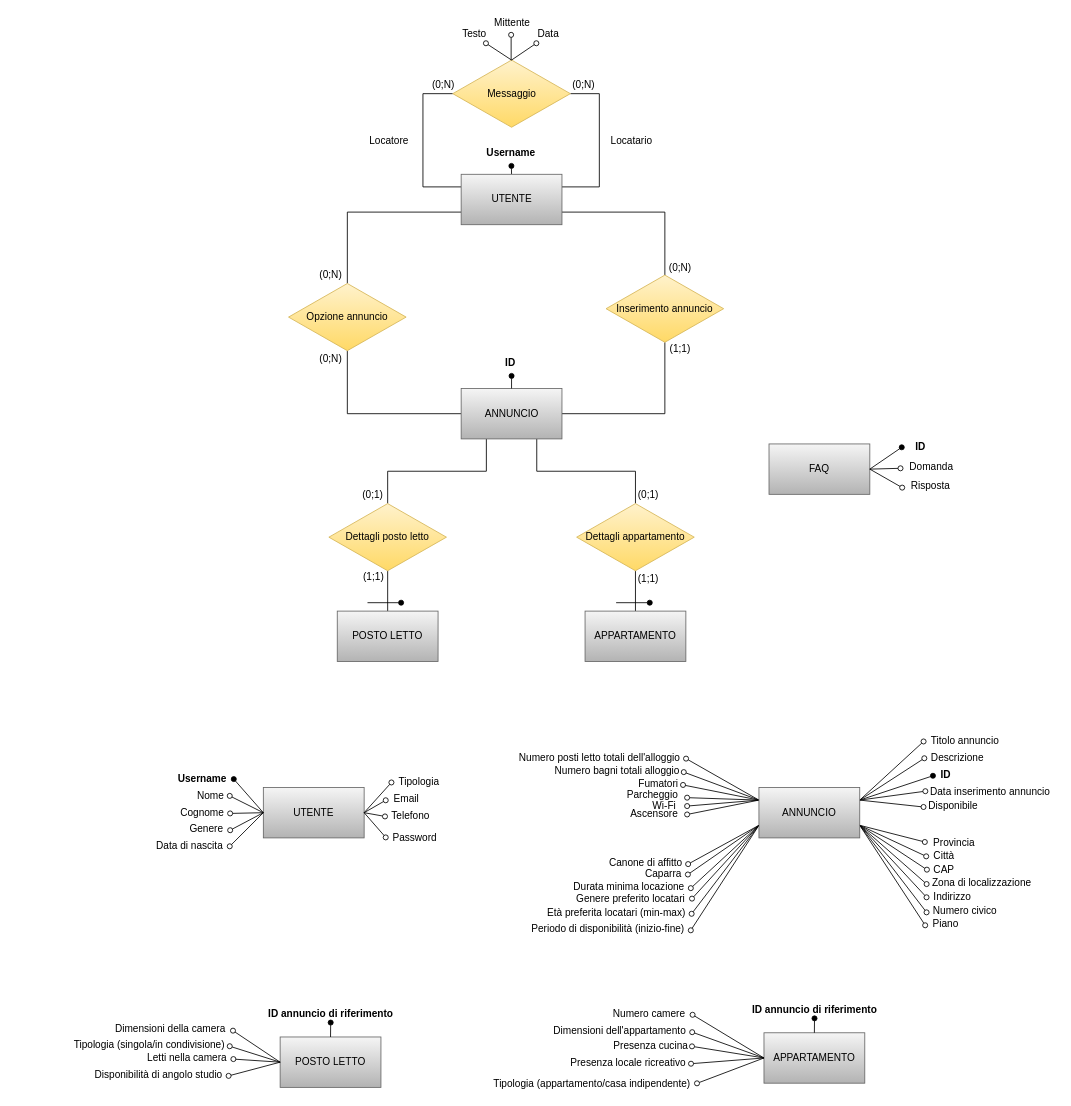
Before: Database/Schema_ER_database.drawio in fd-col/RentAdvisor, a draw.io diagram. Source tidied: cells renumbered, new cells numbered last; positions are measured from the earlier drawing's top-left corner, leaving out a move shared by most shapes. Both pictures are drawn from the tidied source at 84%, with x=0, y=0 at pixel (65, 14).
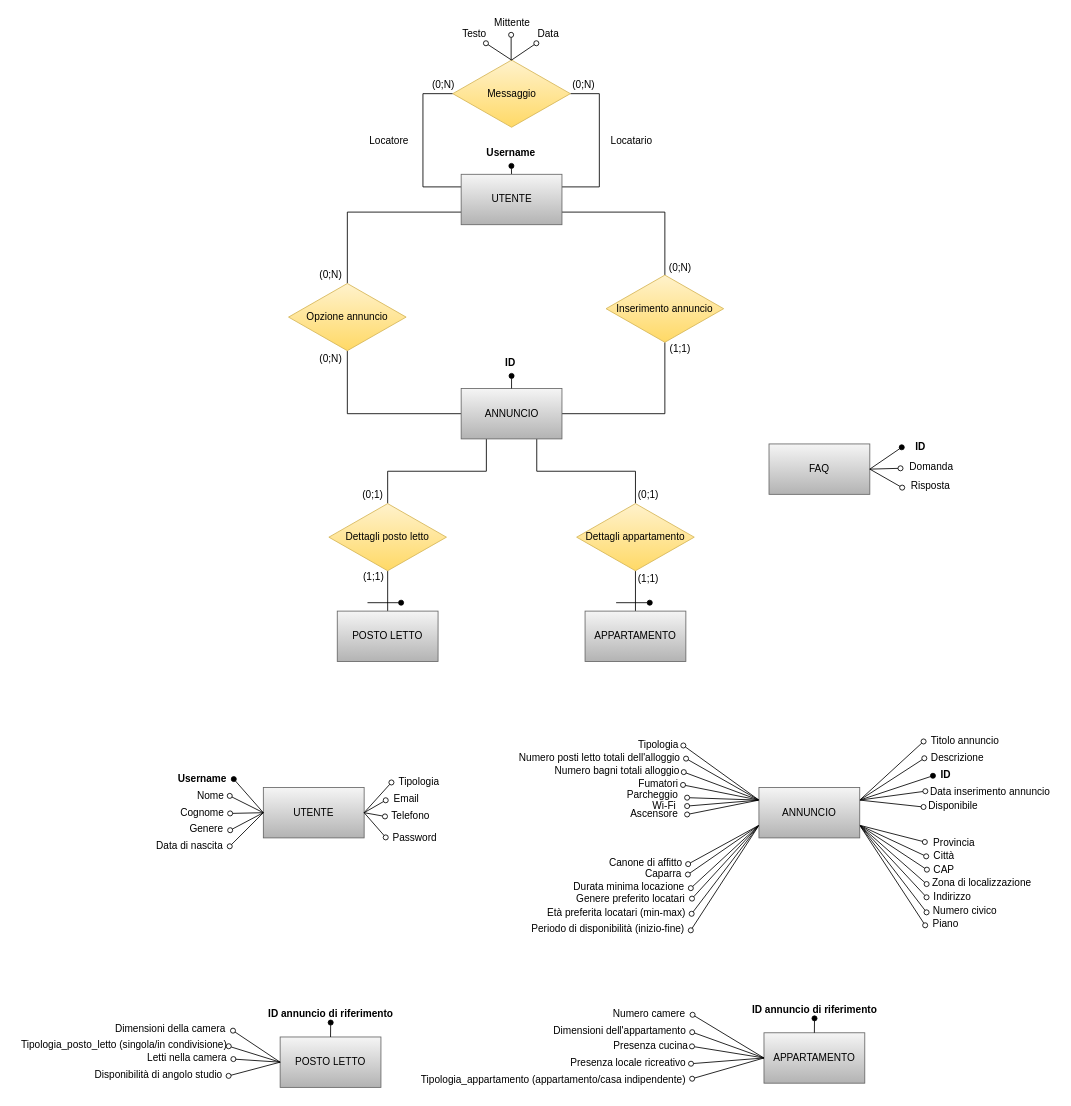
Above is the later version.

The change refers to these unchanged cells:
```xml
<mxCell id="135" value="ANNUNCIO" style="rounded=0;whiteSpace=wrap;html=1;fillColor=#f5f5f5;gradientColor=#b3b3b3;strokeColor=#666666;" parent="1" vertex="1">
  <mxGeometry x="826" y="920" width="120" height="60" as="geometry" />
</mxCell>
```

Change to the diagram source:
```diff
@@
-    <mxCell id="29" value="Tipologia (singola/in condivisione)" style="text;html=1;align=center;verticalAlign=middle;points=[];strokeColor=none;fillColor=none;" parent="1" vertex="1">
-      <mxGeometry y="1217" width="200" height="20" as="geometry" />
+    <mxCell id="29" value="Tipologia_posto_letto&amp;nbsp;(singola/in condivisione)" style="text;html=1;align=center;verticalAlign=middle;points=[];strokeColor=none;fillColor=none;" parent="1" vertex="1">
+      <mxGeometry x="-60" y="1217" width="260" height="20" as="geometry" />
     </mxCell>
@@
-    <mxCell id="62" value="Tipologia (appartamento/casa indipendente)" style="text;html=1;align=center;verticalAlign=middle;points=[];strokeColor=none;fillColor=none;" parent="1" vertex="1">
-      <mxGeometry x="501.5" y="1263" width="250" height="20" as="geometry" />
+    <mxCell id="62" value="Tipologia_appartamento (appartamento/casa indipendente)" style="text;html=1;align=center;verticalAlign=middle;points=[];strokeColor=none;fillColor=none;" parent="1" vertex="1">
+      <mxGeometry x="415.5" y="1257.5" width="330" height="20" as="geometry" />
     </mxCell>
@@
+    <mxCell id="144" style="endArrow=oval;html=1;rounded=0;endFill=0;exitX=0;exitY=0.25;exitDx=0;exitDy=0;" parent="1" edge="1" source="135">
+      <mxGeometry relative="1" as="geometry">
+        <mxPoint x="736" y="870" as="targetPoint" />
+      </mxGeometry>
+    </mxCell>
+    <mxCell id="145" value="Tipologia" style="text;html=1;align=center;verticalAlign=middle;strokeColor=none;fillColor=none;" parent="1" vertex="1">
+      <mxGeometry x="676" y="860" width="60" height="20" as="geometry" />
+    </mxCell>
```
